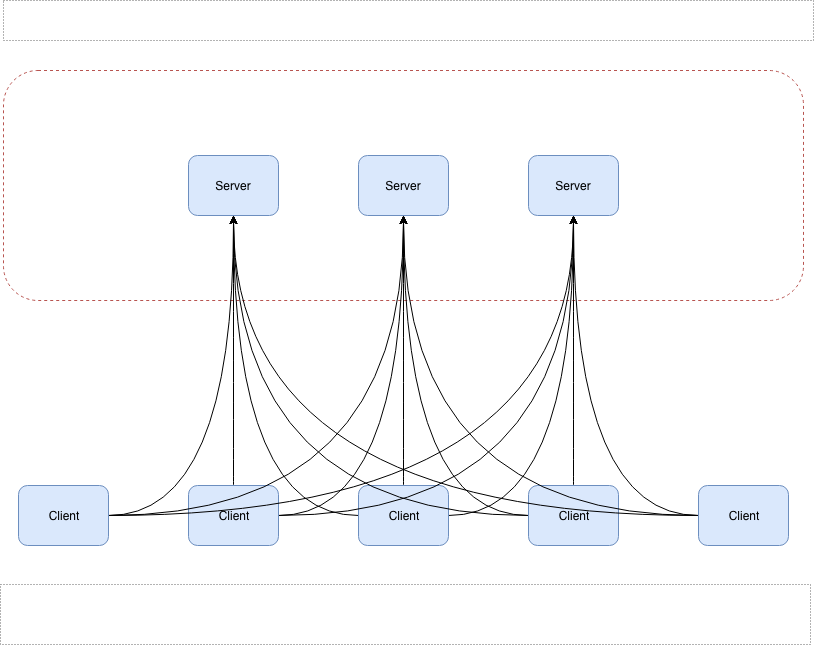
The draw.io diagram image/zookeeper/server-replication-basic.png in m65536/resource, before a commit. Source tidied: cells renumbered, new cells last; positions are measured from the earlier drawing's top-left corner, leaving out a move shared by most shapes. Source of this version:
```xml
<mxGraphModel>
  <root>
    <mxCell id="0" />
    <mxCell id="1" parent="0" />
    <mxCell id="2" style="rounded=1;whiteSpace=wrap;html=1;fillColor=none;dashed=1;strokeColor=#B85450;" parent="1" vertex="1">
      <mxGeometry x="3" y="70" width="800" height="230" as="geometry" />
    </mxCell>
    <mxCell id="3" value="Server" style="rounded=1;whiteSpace=wrap;html=1;strokeColor=#6c8ebf;fillColor=#dae8fc;" parent="1" vertex="1">
      <mxGeometry x="358" y="155" width="90" height="60" as="geometry" />
    </mxCell>
    <mxCell id="4" value="Server" style="rounded=1;whiteSpace=wrap;html=1;strokeColor=#6c8ebf;fillColor=#dae8fc;" parent="1" vertex="1">
      <mxGeometry x="188" y="155" width="90" height="60" as="geometry" />
    </mxCell>
    <mxCell id="5" value="Server" style="rounded=1;whiteSpace=wrap;html=1;strokeColor=#6c8ebf;fillColor=#dae8fc;" parent="1" vertex="1">
      <mxGeometry x="528" y="155" width="90" height="60" as="geometry" />
    </mxCell>
    <mxCell id="6" style="edgeStyle=orthogonalEdgeStyle;curved=1;rounded=0;jettySize=auto;html=1;" parent="1" edge="1" source="9" target="3">
      <mxGeometry relative="1" as="geometry" />
    </mxCell>
    <mxCell id="7" style="edgeStyle=orthogonalEdgeStyle;curved=1;rounded=0;jettySize=auto;html=1;entryX=0.5;entryY=1;entryDx=0;entryDy=0;" parent="1" edge="1" source="9" target="4">
      <mxGeometry relative="1" as="geometry" />
    </mxCell>
    <mxCell id="8" style="edgeStyle=orthogonalEdgeStyle;curved=1;rounded=0;jettySize=auto;html=1;entryX=0.5;entryY=1;entryDx=0;entryDy=0;" parent="1" edge="1" source="9" target="5">
      <mxGeometry relative="1" as="geometry" />
    </mxCell>
    <mxCell id="9" value="Client" style="rounded=1;whiteSpace=wrap;html=1;strokeColor=#6c8ebf;fillColor=#dae8fc;" parent="1" vertex="1">
      <mxGeometry x="358" y="485" width="90" height="60" as="geometry" />
    </mxCell>
    <mxCell id="10" style="edgeStyle=orthogonalEdgeStyle;curved=1;rounded=0;jettySize=auto;html=1;entryX=0.5;entryY=1;entryDx=0;entryDy=0;" parent="1" edge="1" source="13" target="4">
      <mxGeometry relative="1" as="geometry" />
    </mxCell>
    <mxCell id="11" style="edgeStyle=orthogonalEdgeStyle;curved=1;rounded=0;jettySize=auto;html=1;entryX=0.5;entryY=1;entryDx=0;entryDy=0;" parent="1" edge="1" source="13" target="3">
      <mxGeometry relative="1" as="geometry" />
    </mxCell>
    <mxCell id="12" style="edgeStyle=orthogonalEdgeStyle;curved=1;rounded=0;jettySize=auto;html=1;entryX=0.5;entryY=1;entryDx=0;entryDy=0;" parent="1" edge="1" source="13" target="5">
      <mxGeometry relative="1" as="geometry" />
    </mxCell>
    <mxCell id="13" value="Client" style="rounded=1;whiteSpace=wrap;html=1;strokeColor=#6c8ebf;fillColor=#dae8fc;" parent="1" vertex="1">
      <mxGeometry x="528" y="485" width="90" height="60" as="geometry" />
    </mxCell>
    <mxCell id="14" style="edgeStyle=orthogonalEdgeStyle;curved=1;rounded=0;jettySize=auto;html=1;entryX=0.5;entryY=1;entryDx=0;entryDy=0;" parent="1" edge="1" source="17" target="4">
      <mxGeometry relative="1" as="geometry" />
    </mxCell>
    <mxCell id="15" style="edgeStyle=orthogonalEdgeStyle;curved=1;rounded=0;jettySize=auto;html=1;entryX=0.5;entryY=1;entryDx=0;entryDy=0;" parent="1" edge="1" source="17" target="3">
      <mxGeometry relative="1" as="geometry" />
    </mxCell>
    <mxCell id="16" style="edgeStyle=orthogonalEdgeStyle;curved=1;rounded=0;jettySize=auto;html=1;entryX=0.5;entryY=1;entryDx=0;entryDy=0;" parent="1" edge="1" source="17" target="5">
      <mxGeometry relative="1" as="geometry" />
    </mxCell>
    <mxCell id="17" value="Client" style="rounded=1;whiteSpace=wrap;html=1;strokeColor=#6c8ebf;fillColor=#dae8fc;" parent="1" vertex="1">
      <mxGeometry x="698" y="485" width="90" height="60" as="geometry" />
    </mxCell>
    <mxCell id="18" style="edgeStyle=orthogonalEdgeStyle;curved=1;rounded=0;jettySize=auto;html=1;" parent="1" edge="1" source="21" target="3">
      <mxGeometry relative="1" as="geometry" />
    </mxCell>
    <mxCell id="19" style="edgeStyle=orthogonalEdgeStyle;curved=1;rounded=0;jettySize=auto;html=1;entryX=0.5;entryY=1;entryDx=0;entryDy=0;" parent="1" edge="1" source="21" target="4">
      <mxGeometry relative="1" as="geometry" />
    </mxCell>
    <mxCell id="20" style="edgeStyle=orthogonalEdgeStyle;curved=1;rounded=0;jettySize=auto;html=1;entryX=0.5;entryY=1;entryDx=0;entryDy=0;" parent="1" edge="1" source="21" target="5">
      <mxGeometry relative="1" as="geometry" />
    </mxCell>
    <mxCell id="21" value="Client" style="rounded=1;whiteSpace=wrap;html=1;strokeColor=#6c8ebf;fillColor=#dae8fc;" parent="1" vertex="1">
      <mxGeometry x="188" y="485" width="90" height="60" as="geometry" />
    </mxCell>
    <mxCell id="22" style="edgeStyle=orthogonalEdgeStyle;curved=1;rounded=0;jettySize=auto;html=1;entryX=0.5;entryY=1;entryDx=0;entryDy=0;" parent="1" edge="1" source="25" target="5">
      <mxGeometry relative="1" as="geometry" />
    </mxCell>
    <mxCell id="23" style="edgeStyle=orthogonalEdgeStyle;curved=1;rounded=0;jettySize=auto;html=1;" parent="1" edge="1" source="25" target="3">
      <mxGeometry relative="1" as="geometry" />
    </mxCell>
    <mxCell id="24" style="edgeStyle=orthogonalEdgeStyle;curved=1;rounded=0;jettySize=auto;html=1;entryX=0.5;entryY=1;entryDx=0;entryDy=0;" parent="1" edge="1" source="25" target="4">
      <mxGeometry relative="1" as="geometry" />
    </mxCell>
    <mxCell id="25" value="Client" style="rounded=1;whiteSpace=wrap;html=1;strokeColor=#6c8ebf;fillColor=#dae8fc;" parent="1" vertex="1">
      <mxGeometry x="18" y="485" width="90" height="60" as="geometry" />
    </mxCell>
    <mxCell id="26" style="rounded=0;whiteSpace=wrap;html=1;strokeColor=#666666;fillColor=none;fontColor=#333333;dashed=1;dashPattern=1 2;" parent="1" vertex="1">
      <mxGeometry y="584" width="810" height="60" as="geometry" />
    </mxCell>
    <mxCell id="27" style="rounded=0;whiteSpace=wrap;html=1;strokeColor=#666666;fillColor=none;fontColor=#333333;dashed=1;dashPattern=1 2;" parent="1" vertex="1">
      <mxGeometry x="3" width="810" height="40" as="geometry" />
    </mxCell>
  </root>
</mxGraphModel>
```
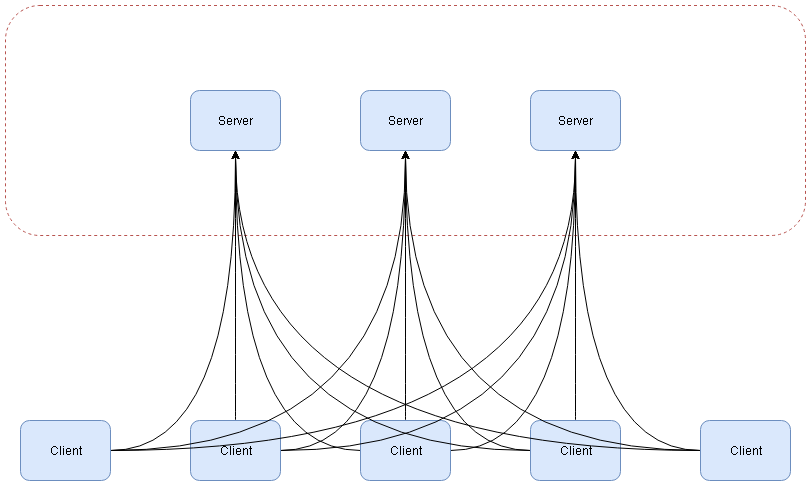
After the change.

The edit, as a diff of the source:
```diff
@@ -74,11 +74,5 @@
     <mxCell id="25" value="Client" style="rounded=1;whiteSpace=wrap;html=1;strokeColor=#6c8ebf;fillColor=#dae8fc;" parent="1" vertex="1">
       <mxGeometry x="18" y="485" width="90" height="60" as="geometry" />
     </mxCell>
-    <mxCell id="26" style="rounded=0;whiteSpace=wrap;html=1;strokeColor=#666666;fillColor=none;fontColor=#333333;dashed=1;dashPattern=1 2;" parent="1" vertex="1">
-      <mxGeometry y="584" width="810" height="60" as="geometry" />
-    </mxCell>
-    <mxCell id="27" style="rounded=0;whiteSpace=wrap;html=1;strokeColor=#666666;fillColor=none;fontColor=#333333;dashed=1;dashPattern=1 2;" parent="1" vertex="1">
-      <mxGeometry x="3" width="810" height="40" as="geometry" />
-    </mxCell>
   </root>
 </mxGraphModel>
```
